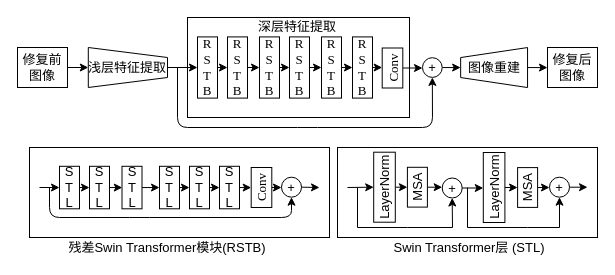
Before: SwinIR.drawio in LiSoulSpace/GitBook, a draw.io diagram. Source tidied: cells renumbered, new cells numbered last; positions are measured from the earlier drawing's top-left corner, leaving out a move shared by most shapes. Both pictures are drawn from the tidied source at 100%, with x=0, y=0 at pixel (17, 16).
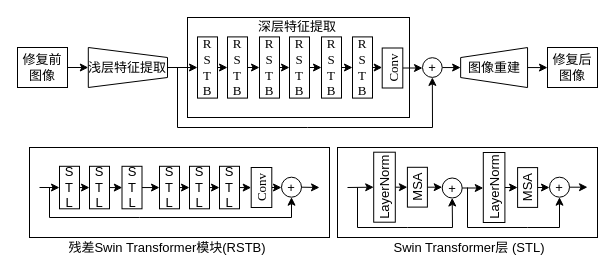
Above is the later version.

The change refers to these unchanged cells:
```xml
<mxCell id="37" value="+" style="ellipse;whiteSpace=wrap;html=1;fontSize=13;" parent="1" vertex="1">
  <mxGeometry x="264" y="160.7" width="20" height="20" as="geometry" />
</mxCell>
<mxCell id="53" value="+" style="ellipse;whiteSpace=wrap;html=1;fontSize=13;" parent="1" vertex="1">
  <mxGeometry x="405" y="41.2" width="19.7" height="19.7" as="geometry" />
</mxCell>
```

What changed in the source:
```diff
@@
-    <mxCell id="39" style="endArrow=classic;html=1;rounded=1;entryX=0.5;entryY=1;entryDx=0;entryDy=0;fontSize=13;" parent="1" edge="1" target="37">
+    <mxCell id="39" style="endArrow=classic;html=1;rounded=0;entryX=0.5;entryY=1;entryDx=0;entryDy=0;fontSize=13;" parent="1" edge="1" target="37">
       <mxGeometry relative="1" as="geometry">
         <mxPoint x="32" y="171" as="sourcePoint" />
         <Array as="points">
           <mxPoint x="32" y="201" />
           <mxPoint x="122" y="201" />
           <mxPoint x="274" y="201" />
         </Array>
       </mxGeometry>
     </mxCell>
@@
-    <mxCell id="54" style="endArrow=classic;html=1;rounded=1;entryX=0.5;entryY=1;entryDx=0;entryDy=0;" parent="1" edge="1" target="53">
+    <mxCell id="54" style="endArrow=classic;html=1;rounded=0;entryX=0.5;entryY=1;entryDx=0;entryDy=0;" parent="1" edge="1" target="53">
       <mxGeometry relative="1" as="geometry">
         <mxPoint x="160" y="51" as="sourcePoint" />
         <Array as="points">
           <mxPoint x="160" y="111" />
           <mxPoint x="290" y="111" />
           <mxPoint x="415" y="111" />
         </Array>
       </mxGeometry>
     </mxCell>
```
